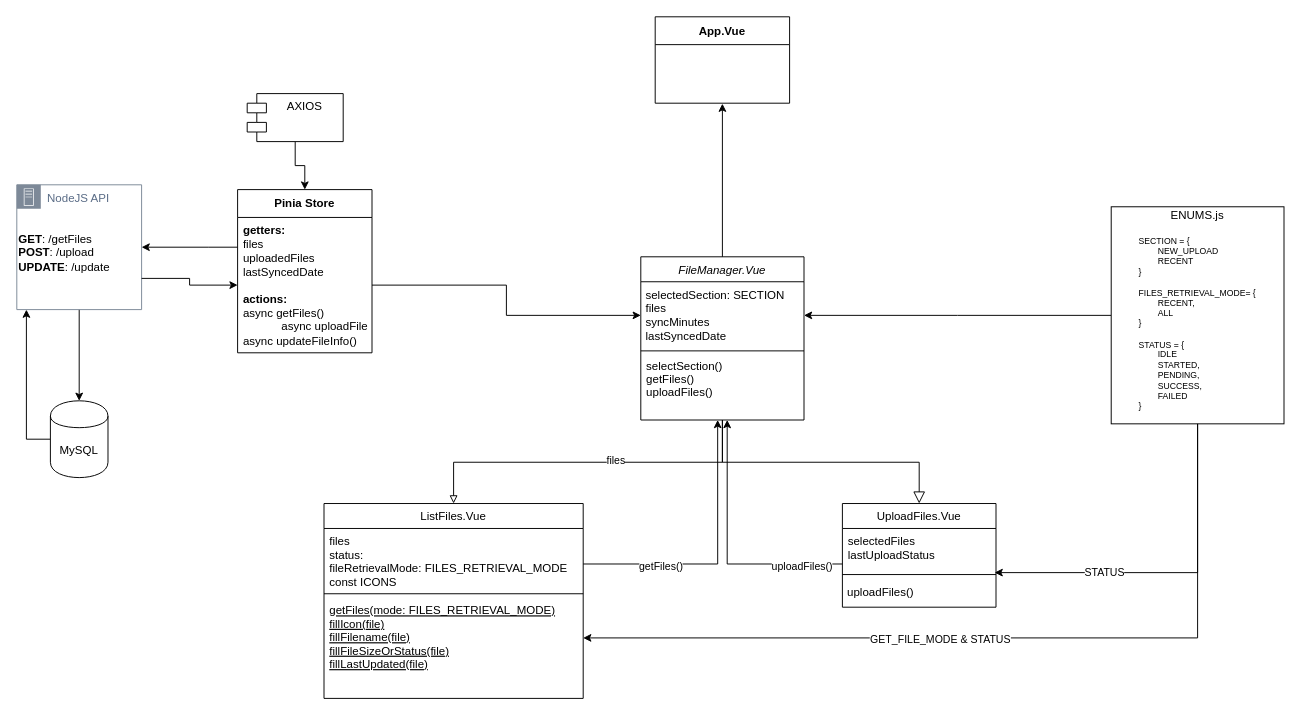
Earlier version of the draw.io diagram Untitled Diagram.drawio (hishamfangs/frontend). Source tidied: cells renumbered, new cells numbered last; positions are measured from the earlier drawing's top-left corner, leaving out a move shared by most shapes. Both pictures are drawn from the tidied source at 96%, with x=0, y=0 at pixel (16, 16).
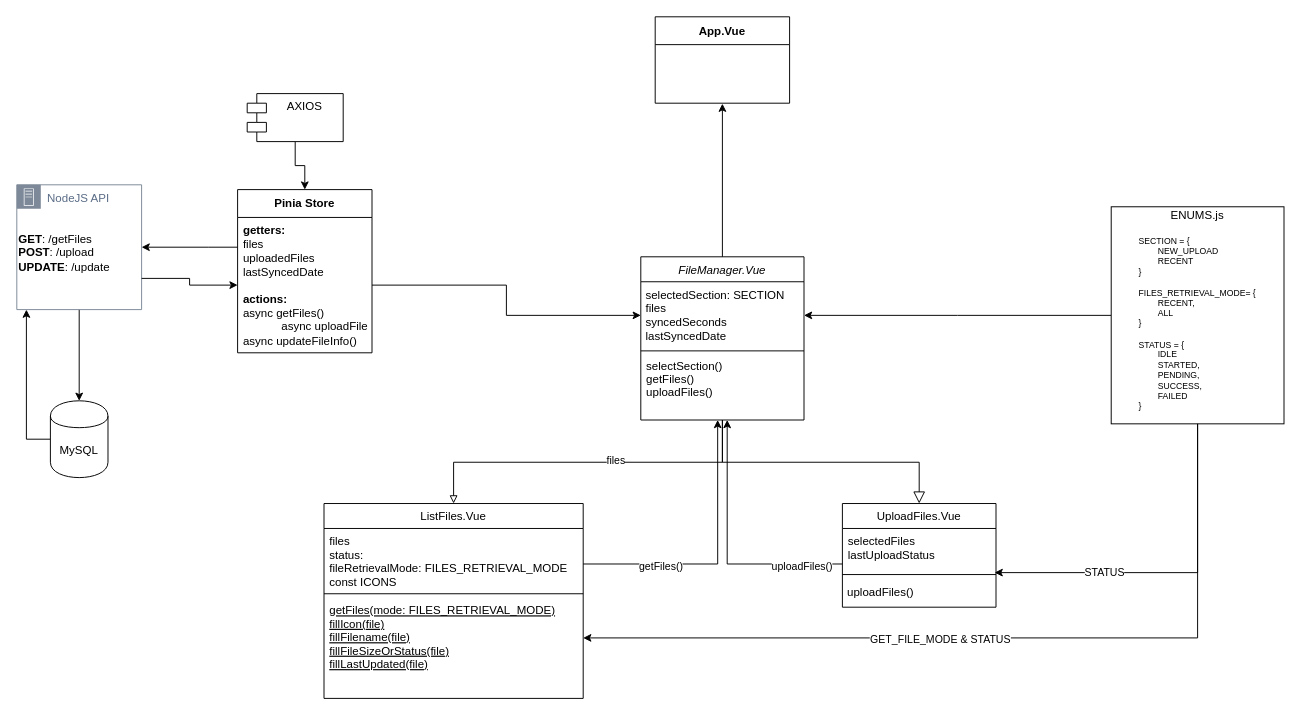
The same diagram, later.

The change refers to these unchanged cells:
```xml
<mxCell id="2" value="FileManager.Vue&#10;&#10;" style="swimlane;fontStyle=2;align=center;verticalAlign=top;horizontal=1;startSize=26;rounded=0;shadow=0;strokeWidth=1;" parent="1" vertex="1">
  <mxGeometry x="650" y="250" width="170" height="170" as="geometry" />
</mxCell>
```

Diff of the diagram source:
```diff
@@
-    <mxCell id="3" value="&amp;nbsp;selectedSection: SECTION&lt;div&gt;&amp;nbsp;files&lt;/div&gt;&lt;div&gt;&amp;nbsp;syncMinutes&lt;/div&gt;&lt;div&gt;&amp;nbsp;lastSyncedDate&lt;/div&gt;" style="text;html=1;align=left;verticalAlign=middle;points=[];strokeColor=none;fillColor=none;" parent="2" vertex="1">
+    <mxCell id="3" value="&amp;nbsp;selectedSection: SECTION&lt;div&gt;&amp;nbsp;files&lt;/div&gt;&lt;div&gt;&amp;nbsp;syncedSeconds&lt;/div&gt;&lt;div&gt;&amp;nbsp;lastSyncedDate&lt;/div&gt;" style="text;html=1;align=left;verticalAlign=middle;points=[];strokeColor=none;fillColor=none;" parent="2" vertex="1">
       <mxGeometry y="26" width="170" height="70" as="geometry" />
     </mxCell>
```
